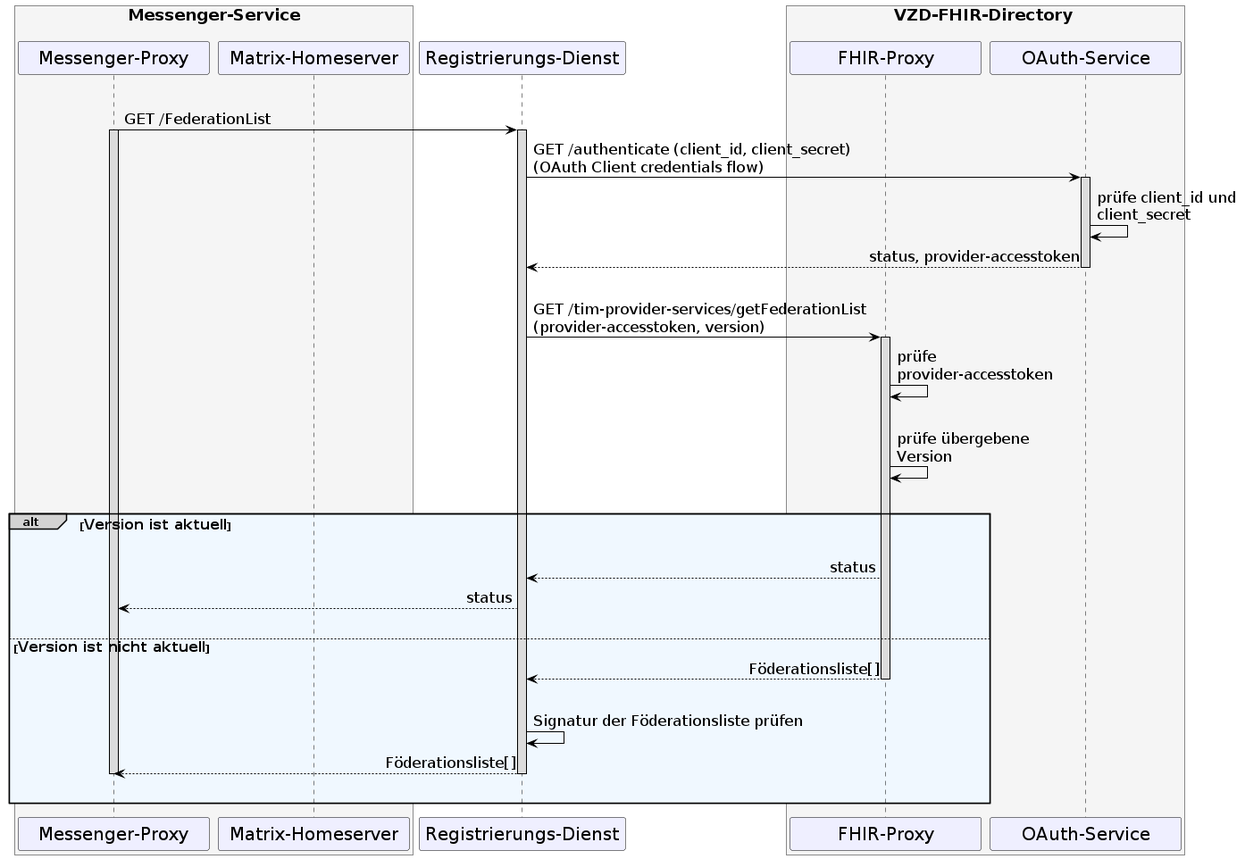
Above: images/diagrams/TI-Messenger-Dienst/Ressourcen/UC_Update_Federationlist_Seq.png in gematik/api-ti-messenger (PlantUML), before the change.
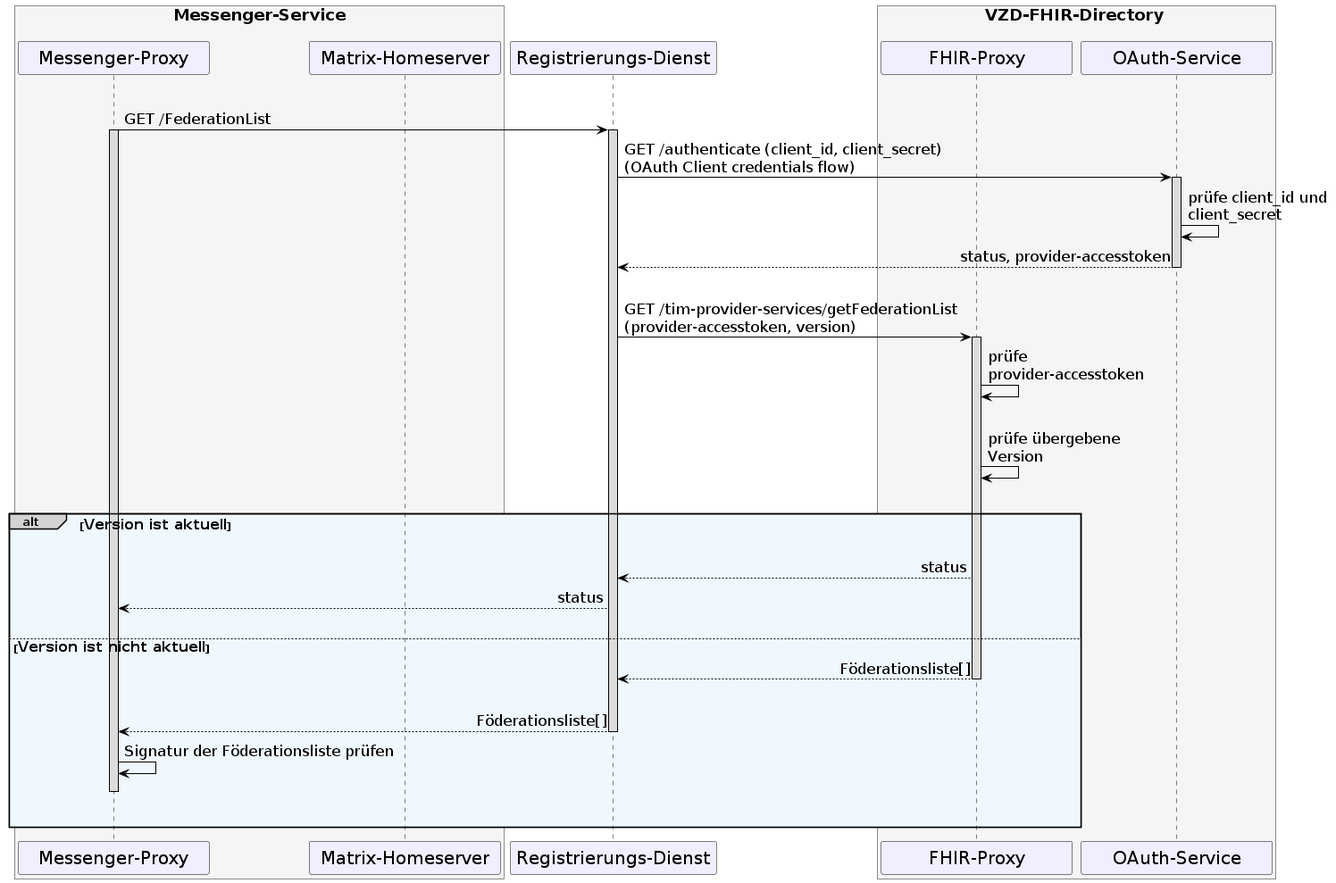
The same file after the commit.

Commit message:
Commit from GitHub Actions (GeneratePlantumlImages)

The edit, as a diff of the source:
```diff
@@ -65,9 +65,10 @@
        FP-->RD: Föderationsliste[]
         Deactivate FP
        |||
-      RD->RD: Signatur der Föderationsliste prüfen
       RD-->MP: Föderationsliste[]
         Deactivate RD
+      MP->MP: Signatur der Föderationsliste prüfen
+      MP-[hidden]->MP
         deactivate MP
     |||
 end
```
